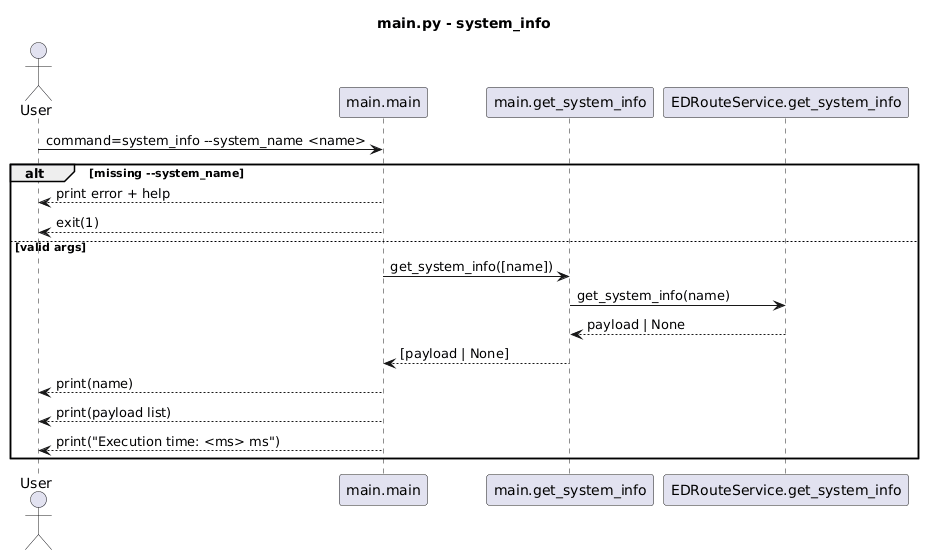
Above: docs/main_sequences/main_system_info.png in fazleskhan/elite_dangerous_discord_tools (PlantUML), before the change.
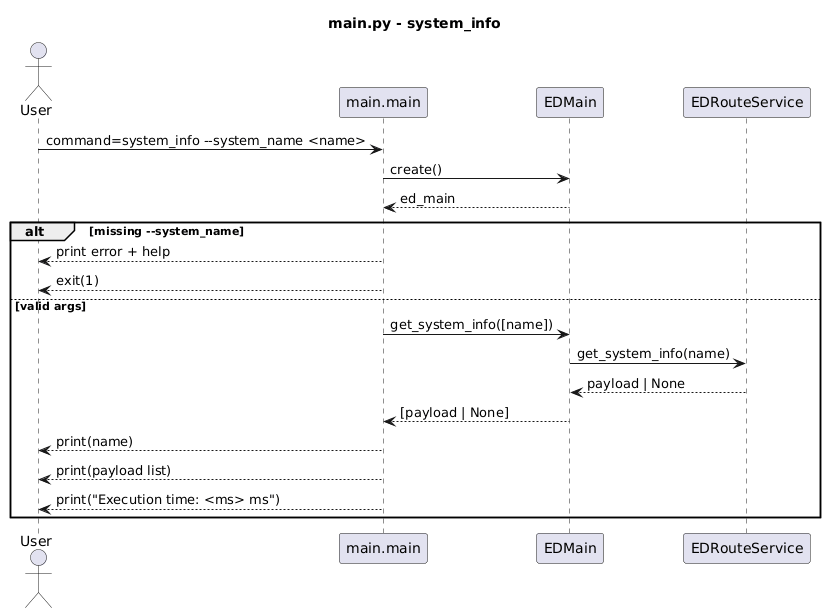
After the change.

What changed in the source:
```diff
@@ -3,18 +3,21 @@
 
 actor User
 participant "main.main" as Main
-participant "main.get_system_info" as GetInfo
-participant "EDRouteService.get_system_info" as Route
+participant "EDMain" as EDMain
+participant "EDRouteService" as Route
 
 User -> Main : command=system_info --system_name <name>
+Main -> EDMain : create()
+EDMain --> Main : ed_main
+
 alt missing --system_name
   Main --> User : print error + help
   Main --> User : exit(1)
 else valid args
-  Main -> GetInfo : get_system_info([name])
-  GetInfo -> Route : get_system_info(name)
-  Route --> GetInfo : payload | None
-  GetInfo --> Main : [payload | None]
+  Main -> EDMain : get_system_info([name])
+  EDMain -> Route : get_system_info(name)
+  Route --> EDMain : payload | None
+  EDMain --> Main : [payload | None]
   Main --> User : print(name)
   Main --> User : print(payload list)
   Main --> User : print("Execution time: <ms> ms")
```
